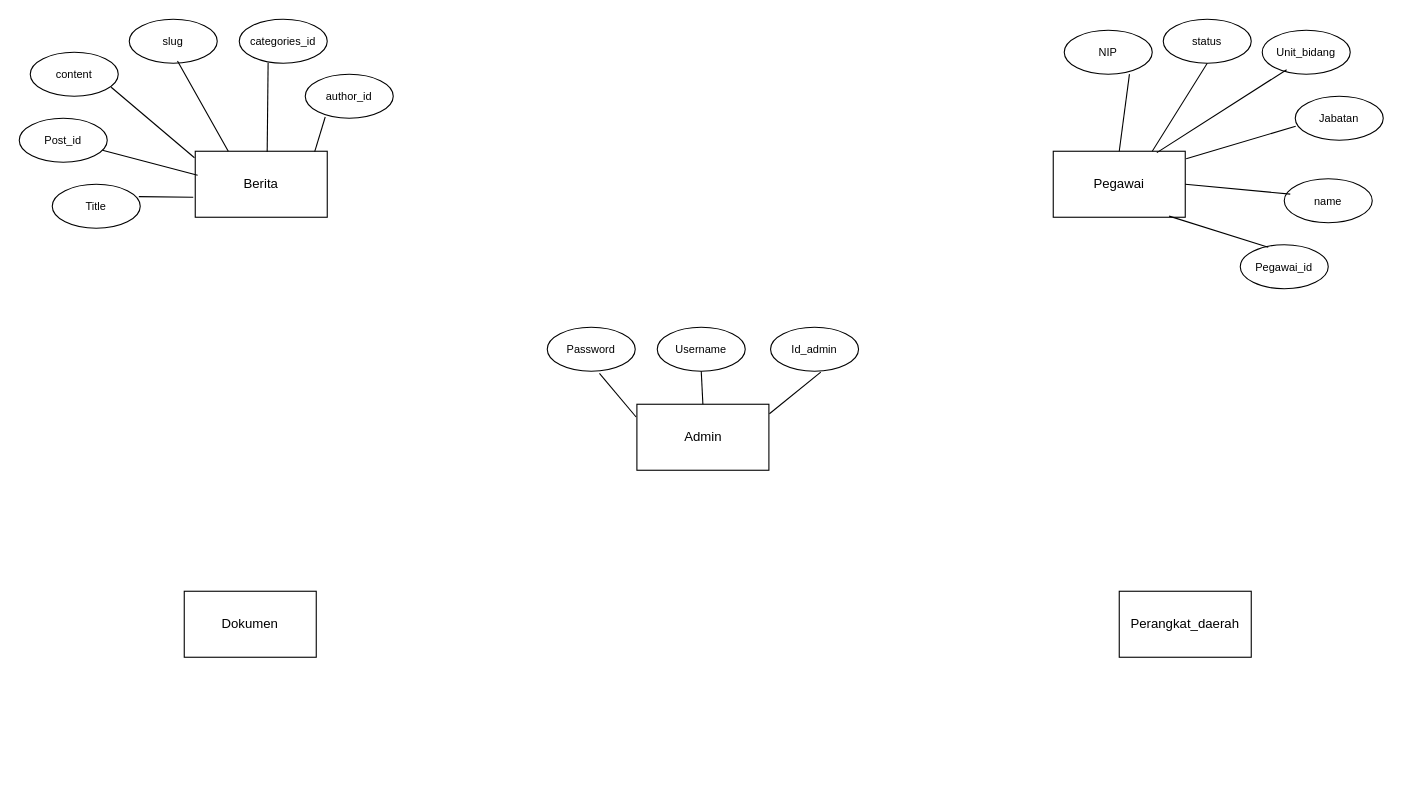
Earlier version of the draw.io diagram ERD.drawio (dhmsAdhty/useCase). Source tidied: cells renumbered, new cells numbered last; positions are measured from the earlier drawing's top-left corner, leaving out a move shared by most shapes. Both pictures are drawn from the tidied source at 110%, with x=0, y=0 at pixel (19, 19).
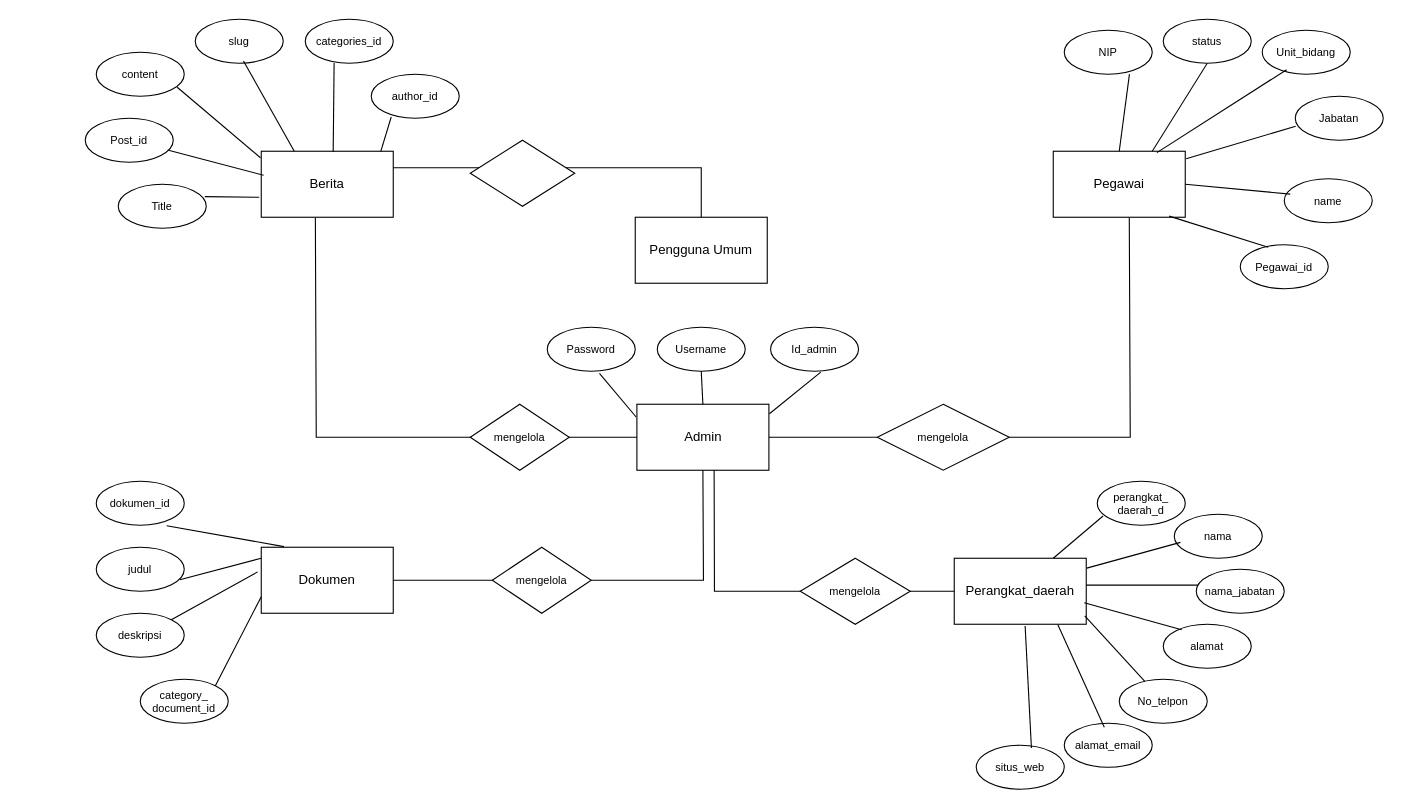
The same diagram, later.

The change refers to these unchanged cells:
```xml
<mxCell id="2" value="Admin" style="rounded=0;whiteSpace=wrap;html=1;" parent="1" vertex="1">
  <mxGeometry x="561.5" y="350" width="120" height="60" as="geometry" />
</mxCell>
<mxCell id="10" value="Pegawai" style="rounded=0;whiteSpace=wrap;html=1;" parent="1" vertex="1">
  <mxGeometry x="940" y="120" width="120" height="60" as="geometry" />
</mxCell>
```

Change to the diagram source:
```diff
@@
     <mxCell id="9" value="Berita" style="rounded=0;whiteSpace=wrap;html=1;" parent="1" vertex="1">
-      <mxGeometry x="160" y="120" width="120" height="60" as="geometry" />
+      <mxGeometry x="220" y="120" width="120" height="60" as="geometry" />
     </mxCell>
@@
     <mxCell id="11" value="Perangkat_daerah" style="rounded=0;whiteSpace=wrap;html=1;" parent="1" vertex="1">
-      <mxGeometry x="1000" y="520" width="120" height="60" as="geometry" />
+      <mxGeometry x="850" y="490" width="120" height="60" as="geometry" />
     </mxCell>
-    <mxCell id="12" value="Dokumen" style="rounded=0;whiteSpace=wrap;html=1;" parent="1" vertex="1">
-      <mxGeometry x="150" y="520" width="120" height="60" as="geometry" />
-    </mxCell>
     <mxCell id="13" value="Post_id" style="ellipse;whiteSpace=wrap;html=1;fontSize=10;" parent="1" vertex="1">
-      <mxGeometry y="90" width="80" height="40" as="geometry" />
+      <mxGeometry x="60" y="90" width="80" height="40" as="geometry" />
     </mxCell>
     <mxCell id="14" value="content" style="ellipse;whiteSpace=wrap;html=1;fontSize=10;" parent="1" vertex="1">
-      <mxGeometry x="10" y="30" width="80" height="40" as="geometry" />
+      <mxGeometry x="70" y="30" width="80" height="40" as="geometry" />
     </mxCell>
     <mxCell id="15" value="slug" style="ellipse;whiteSpace=wrap;html=1;fontSize=10;" parent="1" vertex="1">
-      <mxGeometry x="100" width="80" height="40" as="geometry" />
+      <mxGeometry x="160" width="80" height="40" as="geometry" />
     </mxCell>
     <mxCell id="16" value="categories_id" style="ellipse;whiteSpace=wrap;html=1;fontSize=10;" parent="1" vertex="1">
-      <mxGeometry x="200" width="80" height="40" as="geometry" />
+      <mxGeometry x="260" width="80" height="40" as="geometry" />
     </mxCell>
     <mxCell id="17" value="author_id" style="ellipse;whiteSpace=wrap;html=1;fontSize=10;" parent="1" vertex="1">
-      <mxGeometry x="260" y="50" width="80" height="40" as="geometry" />
+      <mxGeometry x="320" y="50" width="80" height="40" as="geometry" />
     </mxCell>
     <mxCell id="18" value="Title" style="ellipse;whiteSpace=wrap;html=1;fontSize=10;" parent="1" vertex="1">
-      <mxGeometry x="30" y="150" width="80" height="40" as="geometry" />
+      <mxGeometry x="90" y="150" width="80" height="40" as="geometry" />
     </mxCell>
@@
+    <mxCell id="12" value="Dokumen" style="rounded=0;whiteSpace=wrap;html=1;" parent="1" vertex="1">
+      <mxGeometry x="220" y="480" width="120" height="60" as="geometry" />
+    </mxCell>
+    <mxCell id="37" value="&lt;div&gt;category_&lt;/div&gt;&lt;div&gt;document_id&lt;br&gt;&lt;/div&gt;" style="ellipse;whiteSpace=wrap;html=1;fontSize=10;" parent="1" vertex="1">
+      <mxGeometry x="110" y="600" width="80" height="40" as="geometry" />
+    </mxCell>
+    <mxCell id="38" value="deskripsi" style="ellipse;whiteSpace=wrap;html=1;fontSize=10;" parent="1" vertex="1">
+      <mxGeometry x="70" y="540" width="80" height="40" as="geometry" />
+    </mxCell>
+    <mxCell id="39" value="judul" style="ellipse;whiteSpace=wrap;html=1;fontSize=10;" parent="1" vertex="1">
+      <mxGeometry x="70" y="480" width="80" height="40" as="geometry" />
+    </mxCell>
+    <mxCell id="40" value="dokumen_id" style="ellipse;whiteSpace=wrap;html=1;fontSize=10;" parent="1" vertex="1">
+      <mxGeometry x="70" y="420" width="80" height="40" as="geometry" />
+    </mxCell>
+    <mxCell id="41" style="endArrow=none;html=1;rounded=0;entryX=0.8;entryY=1.01;entryDx=0;entryDy=0;entryPerimeter=0;exitX=0.172;exitY=-0.01;exitDx=0;exitDy=0;exitPerimeter=0;" parent="1" edge="1" source="12" target="40">
+      <mxGeometry relative="1" as="geometry" />
+    </mxCell>
+    <mxCell id="42" style="endArrow=none;html=1;rounded=0;entryX=0.95;entryY=0.74;entryDx=0;entryDy=0;entryPerimeter=0;exitX=0;exitY=0.167;exitDx=0;exitDy=0;exitPerimeter=0;" parent="1" edge="1" source="12" target="39">
+      <mxGeometry relative="1" as="geometry" />
+    </mxCell>
+    <mxCell id="43" style="endArrow=none;html=1;rounded=0;entryX=1;entryY=0;entryDx=0;entryDy=0;exitX=-0.027;exitY=0.373;exitDx=0;exitDy=0;exitPerimeter=0;" parent="1" edge="1" source="12" target="38">
+      <mxGeometry relative="1" as="geometry" />
+    </mxCell>
+    <mxCell id="44" style="endArrow=none;html=1;rounded=0;entryX=1;entryY=0;entryDx=0;entryDy=0;exitX=0;exitY=0.75;exitDx=0;exitDy=0;" parent="1" edge="1" source="12" target="37">
+      <mxGeometry relative="1" as="geometry" />
+    </mxCell>
+    <mxCell id="45" value="&lt;div&gt;perangkat_&lt;/div&gt;&lt;div&gt;daerah_d&lt;/div&gt;" style="ellipse;whiteSpace=wrap;html=1;fontSize=10;" parent="1" vertex="1">
+      <mxGeometry x="980" y="420" width="80" height="40" as="geometry" />
+    </mxCell>
+    <mxCell id="46" value="nama" style="ellipse;whiteSpace=wrap;html=1;fontSize=10;" parent="1" vertex="1">
+      <mxGeometry x="1050" y="450" width="80" height="40" as="geometry" />
+    </mxCell>
+    <mxCell id="47" value="nama_jabatan" style="ellipse;whiteSpace=wrap;html=1;fontSize=10;" parent="1" vertex="1">
+      <mxGeometry x="1070" y="500" width="80" height="40" as="geometry" />
+    </mxCell>
+    <mxCell id="48" value="alamat" style="ellipse;whiteSpace=wrap;html=1;fontSize=10;" parent="1" vertex="1">
+      <mxGeometry x="1040" y="550" width="80" height="40" as="geometry" />
+    </mxCell>
+    <mxCell id="49" value="No_telpon" style="ellipse;whiteSpace=wrap;html=1;fontSize=10;" parent="1" vertex="1">
+      <mxGeometry x="1000" y="600" width="80" height="40" as="geometry" />
+    </mxCell>
+    <mxCell id="50" value="alamat_email" style="ellipse;whiteSpace=wrap;html=1;fontSize=10;" parent="1" vertex="1">
+      <mxGeometry x="950" y="640" width="80" height="40" as="geometry" />
+    </mxCell>
+    <mxCell id="51" value="situs_web" style="ellipse;whiteSpace=wrap;html=1;fontSize=10;" parent="1" vertex="1">
+      <mxGeometry x="870" y="660" width="80" height="40" as="geometry" />
+    </mxCell>
+    <mxCell id="52" style="endArrow=none;html=1;rounded=0;entryX=0.066;entryY=0.789;entryDx=0;entryDy=0;entryPerimeter=0;exitX=0.75;exitY=0;exitDx=0;exitDy=0;" parent="1" edge="1" source="11" target="45">
+      <mxGeometry relative="1" as="geometry" />
+    </mxCell>
+    <mxCell id="53" style="endArrow=none;html=1;rounded=0;entryX=0.07;entryY=0.639;entryDx=0;entryDy=0;entryPerimeter=0;exitX=1.004;exitY=0.15;exitDx=0;exitDy=0;exitPerimeter=0;" parent="1" edge="1" source="11" target="46">
+      <mxGeometry relative="1" as="geometry" />
+    </mxCell>
+    <mxCell id="54" style="endArrow=none;html=1;rounded=0;entryX=0.02;entryY=0.361;entryDx=0;entryDy=0;entryPerimeter=0;exitX=0.999;exitY=0.407;exitDx=0;exitDy=0;exitPerimeter=0;" parent="1" edge="1" source="11" target="47">
+      <mxGeometry relative="1" as="geometry" />
+    </mxCell>
+    <mxCell id="55" style="endArrow=none;html=1;rounded=0;entryX=0.209;entryY=0.125;entryDx=0;entryDy=0;entryPerimeter=0;exitX=0.985;exitY=0.674;exitDx=0;exitDy=0;exitPerimeter=0;" parent="1" edge="1" source="11" target="48">
+      <mxGeometry relative="1" as="geometry" />
+    </mxCell>
+    <mxCell id="56" style="endArrow=none;html=1;rounded=0;exitX=0.989;exitY=0.874;exitDx=0;exitDy=0;exitPerimeter=0;" parent="1" edge="1" source="11" target="49">
+      <mxGeometry relative="1" as="geometry" />
+    </mxCell>
+    <mxCell id="57" style="endArrow=none;html=1;rounded=0;exitX=0.785;exitY=1.007;exitDx=0;exitDy=0;exitPerimeter=0;entryX=0.455;entryY=0.089;entryDx=0;entryDy=0;entryPerimeter=0;" parent="1" edge="1" source="11" target="50">
+      <mxGeometry relative="1" as="geometry" />
+    </mxCell>
+    <mxCell id="58" style="endArrow=none;html=1;rounded=0;exitX=0.537;exitY=1.026;exitDx=0;exitDy=0;exitPerimeter=0;entryX=0.627;entryY=0.061;entryDx=0;entryDy=0;entryPerimeter=0;" parent="1" edge="1" source="11" target="51">
+      <mxGeometry relative="1" as="geometry" />
+    </mxCell>
+    <mxCell id="59" value="Pengguna Umum" style="rounded=0;whiteSpace=wrap;html=1;" parent="1" vertex="1">
+      <mxGeometry x="560" y="180" width="120" height="60" as="geometry" />
+    </mxCell>
+    <mxCell id="60" style="endArrow=none;html=1;rounded=0;entryX=0.41;entryY=1.012;entryDx=0;entryDy=0;entryPerimeter=0;exitX=0;exitY=0.5;exitDx=0;exitDy=0;" parent="1" edge="1" source="2" target="9">
+      <mxGeometry relative="1" as="geometry">
+        <Array as="points">
+          <mxPoint x="270" y="380" />
+        </Array>
+      </mxGeometry>
+    </mxCell>
+    <mxCell id="61" value="mengelola" style="rhombus;whiteSpace=wrap;html=1;fontSize=10;" parent="1" vertex="1">
+      <mxGeometry x="410" y="350" width="90" height="60" as="geometry" />
+    </mxCell>
+    <mxCell id="62" style="endArrow=none;html=1;rounded=0;entryX=0.5;entryY=1;entryDx=0;entryDy=0;exitX=1;exitY=0.5;exitDx=0;exitDy=0;" parent="1" edge="1" source="64" target="2">
+      <mxGeometry relative="1" as="geometry">
+        <Array as="points">
+          <mxPoint x="622" y="510" />
+        </Array>
+      </mxGeometry>
+    </mxCell>
+    <mxCell id="63" style="endArrow=none;html=1;rounded=0;entryX=0;entryY=0.5;entryDx=0;entryDy=0;exitX=1;exitY=0.5;exitDx=0;exitDy=0;" parent="1" edge="1" source="12" target="64">
+      <mxGeometry relative="1" as="geometry" />
+    </mxCell>
+    <mxCell id="64" value="mengelola" style="rhombus;whiteSpace=wrap;html=1;fontSize=10;" parent="1" vertex="1">
+      <mxGeometry x="430" y="480" width="90" height="60" as="geometry" />
+    </mxCell>
+    <mxCell id="65" style="endArrow=none;html=1;rounded=0;entryX=0;entryY=0.5;entryDx=0;entryDy=0;exitX=0.585;exitY=0.995;exitDx=0;exitDy=0;exitPerimeter=0;" parent="1" edge="1" source="2" target="11">
+      <mxGeometry relative="1" as="geometry">
+        <Array as="points">
+          <mxPoint x="632" y="520" />
+        </Array>
+      </mxGeometry>
+    </mxCell>
+    <mxCell id="66" value="mengelola" style="rhombus;whiteSpace=wrap;html=1;fontSize=10;" parent="1" vertex="1">
+      <mxGeometry x="710" y="490" width="100" height="60" as="geometry" />
+    </mxCell>
+    <mxCell id="67" style="endArrow=none;html=1;rounded=0;exitX=1;exitY=0.5;exitDx=0;exitDy=0;entryX=0.576;entryY=1.009;entryDx=0;entryDy=0;entryPerimeter=0;" parent="1" edge="1" source="69" target="10">
+      <mxGeometry relative="1" as="geometry">
+        <Array as="points">
+          <mxPoint x="1010" y="380" />
+        </Array>
+      </mxGeometry>
+    </mxCell>
+    <mxCell id="68" style="endArrow=none;html=1;rounded=0;exitX=1;exitY=0.5;exitDx=0;exitDy=0;entryX=0;entryY=0.5;entryDx=0;entryDy=0;" parent="1" edge="1" source="2" target="69">
+      <mxGeometry relative="1" as="geometry" />
+    </mxCell>
+    <mxCell id="69" value="mengelola" style="rhombus;whiteSpace=wrap;html=1;fontSize=10;" parent="1" vertex="1">
+      <mxGeometry x="780" y="350" width="120" height="60" as="geometry" />
+    </mxCell>
+    <mxCell id="70" style="endArrow=none;html=1;rounded=0;entryX=0.5;entryY=0;entryDx=0;entryDy=0;exitX=1;exitY=0.25;exitDx=0;exitDy=0;" parent="1" edge="1" source="9" target="59">
+      <mxGeometry relative="1" as="geometry">
+        <Array as="points">
+          <mxPoint x="620" y="135" />
+        </Array>
+      </mxGeometry>
+    </mxCell>
+    <mxCell id="71" style="rhombus;whiteSpace=wrap;html=1;" parent="1" vertex="1">
+      <mxGeometry x="410" y="110" width="95" height="60" as="geometry" />
+    </mxCell>
```
